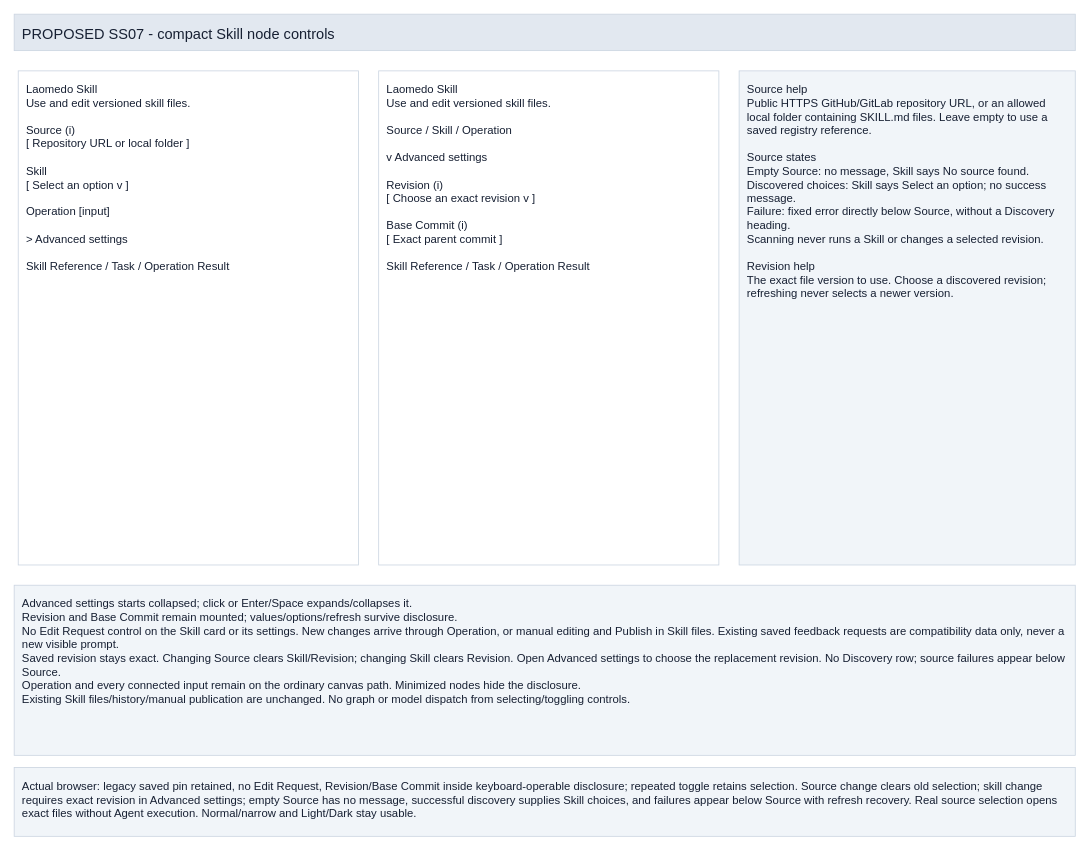
Before: page "SS07 Compact Skill node settings" (2 of 2) of projects/laomedo/subsystems/skill-registry/design/skill-source-selection.drawio in amadou-6e/specs, a draw.io diagram. Source tidied: cells renumbered, new cells numbered last; positions are measured from the earlier drawing's top-left corner, leaving out a move shared by most shapes. Both pictures are drawn from the tidied source at 81%, with x=0, y=0 at pixel (14, 14).
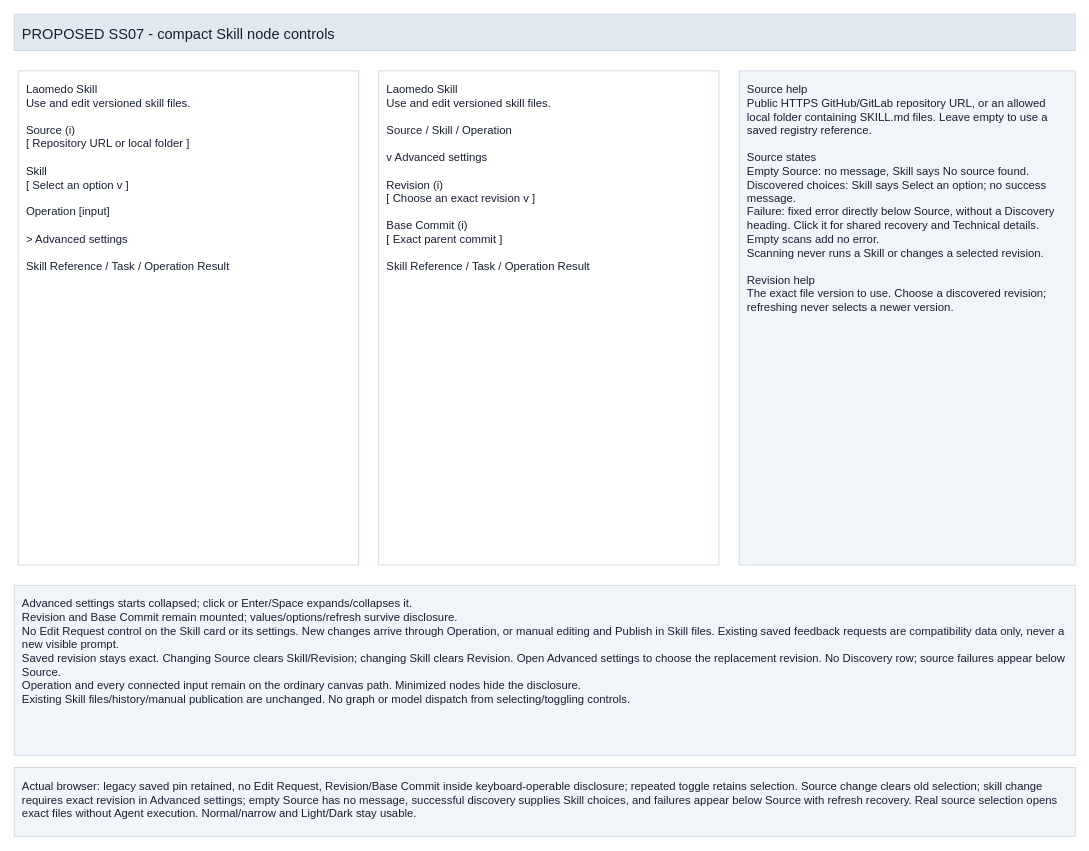
The same page after the edit.

Commit message (it also covers changes not shown here):
Define shared details for inline source failures and quiet empty scans

What changed in the source:
```diff
@@
 <mxGraphModel>
   <root>
     <mxCell id="0" />
     <mxCell id="1" parent="0" />
     <mxCell id="2" value="PROPOSED SS07 - compact Skill node controls" style="rounded=0;whiteSpace=wrap;html=0;fillColor=#e2e8f0;strokeColor=#cbd5e1;fontColor=#172033;fontSize=18;fontFamily=Arial;align=left;verticalAlign=top;spacing=10;" parent="1" vertex="1">
       <mxGeometry width="1310" height="45" as="geometry" />
     </mxCell>
     <mxCell id="3" value="Laomedo Skill&#10;Use and edit versioned skill files.&#10;&#10;Source                              (i)&#10;[ Repository URL or local folder ]&#10;&#10;Skill&#10;[ Select an option                       v ]&#10;&#10;Operation                         [input]&#10;&#10;&gt; Advanced settings&#10;&#10;Skill Reference / Task / Operation Result" style="rounded=0;whiteSpace=wrap;html=0;fillColor=#ffffff;strokeColor=#cbd5e1;fontColor=#172033;fontSize=14;fontFamily=Arial;align=left;verticalAlign=top;spacing=10;" parent="1" vertex="1">
       <mxGeometry x="5" y="70" width="420" height="610" as="geometry" />
     </mxCell>
     <mxCell id="4" value="Laomedo Skill&#10;Use and edit versioned skill files.&#10;&#10;Source / Skill / Operation&#10;&#10;v Advanced settings&#10;&#10;Revision                             (i)&#10;[ Choose an exact revision            v ]&#10;&#10;Base Commit                       (i)&#10;[ Exact parent commit                    ]&#10;&#10;Skill Reference / Task / Operation Result" style="rounded=0;whiteSpace=wrap;html=0;fillColor=#ffffff;strokeColor=#cbd5e1;fontColor=#172033;fontSize=14;fontFamily=Arial;align=left;verticalAlign=top;spacing=10;" parent="1" vertex="1">
       <mxGeometry x="450" y="70" width="420" height="610" as="geometry" />
     </mxCell>
-    <mxCell id="5" value="Source help&#10;Public HTTPS GitHub/GitLab repository URL, or an allowed local folder containing SKILL.md files. Leave empty to use a saved registry reference.&#10;&#10;Source states&#10;Empty Source: no message, Skill says No source found.&#10;Discovered choices: Skill says Select an option; no success message.&#10;Failure: fixed error directly below Source, without a Discovery heading.&#10;Scanning never runs a Skill or changes a selected revision.&#10;&#10;Revision help&#10;The exact file version to use. Choose a discovered revision; refreshing never selects a newer version." style="rounded=0;whiteSpace=wrap;html=0;fillColor=#f1f5f9;strokeColor=#cbd5e1;fontColor=#172033;fontSize=14;fontFamily=Arial;align=left;verticalAlign=top;spacing=10;" parent="1" vertex="1">
+    <mxCell id="5" value="Source help&#10;Public HTTPS GitHub/GitLab repository URL, or an allowed local folder containing SKILL.md files. Leave empty to use a saved registry reference.&#10;&#10;Source states&#10;Empty Source: no message, Skill says No source found.&#10;Discovered choices: Skill says Select an option; no success message.&#10;Failure: fixed error directly below Source, without a Discovery heading. Click it for shared recovery and Technical details. Empty scans add no error.&#10;Scanning never runs a Skill or changes a selected revision.&#10;&#10;Revision help&#10;The exact file version to use. Choose a discovered revision; refreshing never selects a newer version." style="rounded=0;whiteSpace=wrap;html=0;fillColor=#f1f5f9;strokeColor=#cbd5e1;fontColor=#172033;fontSize=14;fontFamily=Arial;align=left;verticalAlign=top;spacing=10;" parent="1" vertex="1">
       <mxGeometry x="895" y="70" width="415" height="610" as="geometry" />
     </mxCell>
     <mxCell id="6" value="Advanced settings starts collapsed; click or Enter/Space expands/collapses it.&#10;Revision and Base Commit remain mounted; values/options/refresh survive disclosure.&#10;No Edit Request control on the Skill card or its settings. New changes arrive through Operation, or manual editing and Publish in Skill files. Existing saved feedback requests are compatibility data only, never a new visible prompt.&#10;Saved revision stays exact. Changing Source clears Skill/Revision; changing Skill clears Revision. Open Advanced settings to choose the replacement revision. No Discovery row; source failures appear below Source.&#10;Operation and every connected input remain on the ordinary canvas path. Minimized nodes hide the disclosure.&#10;Existing Skill files/history/manual publication are unchanged. No graph or model dispatch from selecting/toggling controls." style="rounded=0;whiteSpace=wrap;html=0;fillColor=#f1f5f9;strokeColor=#cbd5e1;fontColor=#172033;fontSize=14;fontFamily=Arial;align=left;verticalAlign=top;spacing=10;" parent="1" vertex="1">
       <mxGeometry y="705" width="1310" height="210" as="geometry" />
     </mxCell>
     <mxCell id="7" value="Actual browser: legacy saved pin retained, no Edit Request, Revision/Base Commit inside keyboard-operable disclosure; repeated toggle retains selection. Source change clears old selection; skill change requires exact revision in Advanced settings; empty Source has no message, successful discovery supplies Skill choices, and failures appear below Source with refresh recovery. Real source selection opens exact files without Agent execution. Normal/narrow and Light/Dark stay usable." style="rounded=0;whiteSpace=wrap;html=0;fillColor=#f1f5f9;strokeColor=#cbd5e1;fontColor=#172033;fontSize=14;fontFamily=Arial;align=left;verticalAlign=top;spacing=10;" parent="1" vertex="1">
       <mxGeometry y="930" width="1310" height="85" as="geometry" />
     </mxCell>
   </root>
 </mxGraphModel>
```
